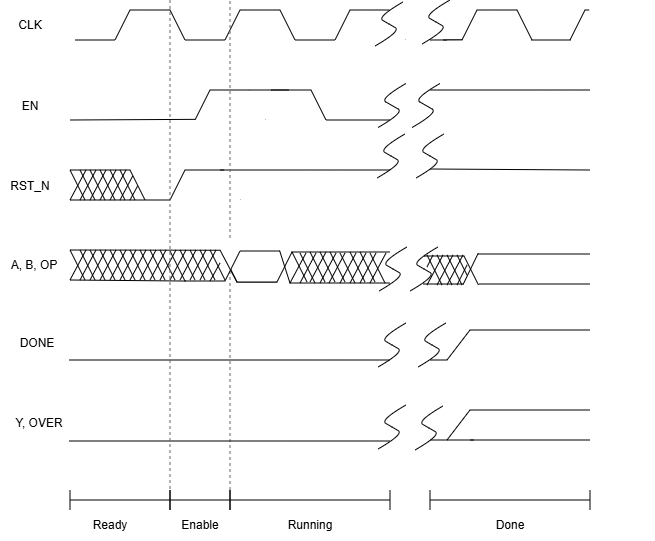
The draw.io diagram Documentation/Diagrams/timing_diagram.png in MF-ECE2028/Project-ALU, before a commit. Source tidied: cells renumbered, new cells last; positions are measured from the earlier drawing's top-left corner, leaving out a move shared by most shapes.
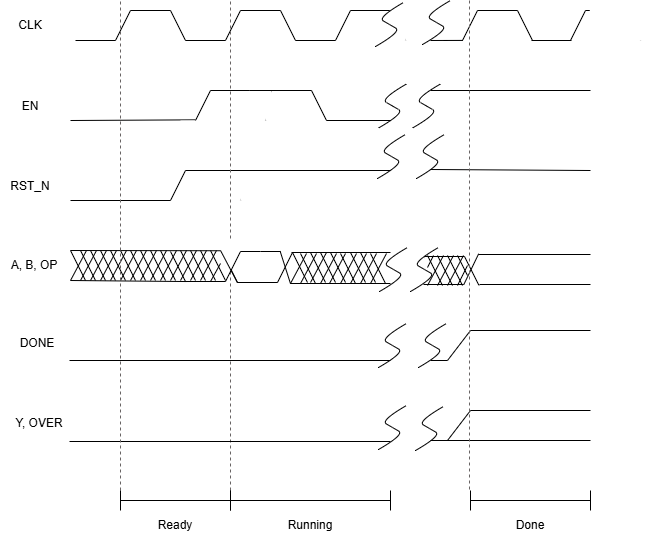
Later version of the same file.

Commit message:
fix ready labling and rst_n ready behavior

Diff of the diagram source:
```diff
@@ -151,100 +151,6 @@
     <mxCell id="34" style="rounded=0;whiteSpace=wrap;html=1;strokeColor=none;rotation=-360;" parent="31" vertex="1">
       <mxGeometry x="10" width="20" height="50" as="geometry" />
     </mxCell>
-    <mxCell id="35" style="group;" parent="1" vertex="1">
-      <mxGeometry x="60" y="162" width="100" height="51" as="geometry" />
-    </mxCell>
-    <mxCell id="36" style="shape=trapezoid;perimeter=trapezoidPerimeter;whiteSpace=wrap;html=1;fixedSize=1;rotation=-360;" parent="35" vertex="1">
-      <mxGeometry x="10" y="10" width="80" height="40" as="geometry" />
-    </mxCell>
-    <mxCell id="37" style="rounded=0;whiteSpace=wrap;html=1;strokeColor=none;rotation=-360;" parent="35" vertex="1">
-      <mxGeometry y="40" width="100" height="11" as="geometry" />
-    </mxCell>
-    <mxCell id="38" style="rounded=0;whiteSpace=wrap;html=1;strokeColor=none;rotation=-360;" parent="35" vertex="1">
-      <mxGeometry x="10" width="20" height="50" as="geometry" />
-    </mxCell>
-    <mxCell id="39" style="endArrow=none;html=1;rounded=0;" parent="35" edge="1">
-      <mxGeometry relative="1" as="geometry">
-        <mxPoint x="10" y="10" as="sourcePoint" />
-        <mxPoint x="30" y="10" as="targetPoint" />
-      </mxGeometry>
-    </mxCell>
-    <mxCell id="40" style="endArrow=none;html=1;rounded=0;" parent="35" edge="1">
-      <mxGeometry relative="1" as="geometry">
-        <mxPoint x="10" y="40" as="sourcePoint" />
-        <mxPoint x="26" y="10" as="targetPoint" />
-      </mxGeometry>
-    </mxCell>
-    <mxCell id="41" style="endArrow=none;html=1;rounded=0;" parent="35" edge="1">
-      <mxGeometry relative="1" as="geometry">
-        <mxPoint x="20" y="40" as="sourcePoint" />
-        <mxPoint x="36" y="10" as="targetPoint" />
-      </mxGeometry>
-    </mxCell>
-    <mxCell id="42" style="endArrow=none;html=1;rounded=0;" parent="35" edge="1">
-      <mxGeometry relative="1" as="geometry">
-        <mxPoint x="30" y="40" as="sourcePoint" />
-        <mxPoint x="46" y="10" as="targetPoint" />
-      </mxGeometry>
-    </mxCell>
-    <mxCell id="43" style="endArrow=none;html=1;rounded=0;" parent="35" edge="1">
-      <mxGeometry relative="1" as="geometry">
-        <mxPoint x="40" y="40" as="sourcePoint" />
-        <mxPoint x="56" y="10" as="targetPoint" />
-      </mxGeometry>
-    </mxCell>
-    <mxCell id="44" style="endArrow=none;html=1;rounded=0;" parent="35" edge="1">
-      <mxGeometry relative="1" as="geometry">
-        <mxPoint x="50" y="40" as="sourcePoint" />
-        <mxPoint x="66" y="10" as="targetPoint" />
-      </mxGeometry>
-    </mxCell>
-    <mxCell id="45" style="endArrow=none;html=1;rounded=0;entryX=0.784;entryY=0.149;entryDx=0;entryDy=0;entryPerimeter=0;" parent="35" edge="1" target="36">
-      <mxGeometry relative="1" as="geometry">
-        <mxPoint x="60" y="40" as="sourcePoint" />
-      </mxGeometry>
-    </mxCell>
-    <mxCell id="46" style="endArrow=none;html=1;rounded=0;entryX=0.847;entryY=0.393;entryDx=0;entryDy=0;entryPerimeter=0;" parent="35" edge="1" target="36">
-      <mxGeometry relative="1" as="geometry">
-        <mxPoint x="70" y="40" as="sourcePoint" />
-      </mxGeometry>
-    </mxCell>
-    <mxCell id="47" style="endArrow=none;html=1;rounded=0;" parent="35" edge="1">
-      <mxGeometry relative="1" as="geometry">
-        <mxPoint x="10" y="10" as="sourcePoint" />
-        <mxPoint x="25" y="40" as="targetPoint" />
-      </mxGeometry>
-    </mxCell>
-    <mxCell id="48" style="endArrow=none;html=1;rounded=0;" parent="35" edge="1">
-      <mxGeometry relative="1" as="geometry">
-        <mxPoint x="20" y="10" as="sourcePoint" />
-        <mxPoint x="35" y="40" as="targetPoint" />
-      </mxGeometry>
-    </mxCell>
-    <mxCell id="49" style="endArrow=none;html=1;rounded=0;" parent="35" edge="1">
-      <mxGeometry relative="1" as="geometry">
-        <mxPoint x="30" y="10" as="sourcePoint" />
-        <mxPoint x="45" y="40" as="targetPoint" />
-      </mxGeometry>
-    </mxCell>
-    <mxCell id="50" style="endArrow=none;html=1;rounded=0;" parent="35" edge="1">
-      <mxGeometry relative="1" as="geometry">
-        <mxPoint x="40" y="10" as="sourcePoint" />
-        <mxPoint x="55" y="40" as="targetPoint" />
-      </mxGeometry>
-    </mxCell>
-    <mxCell id="51" style="endArrow=none;html=1;rounded=0;" parent="35" edge="1">
-      <mxGeometry relative="1" as="geometry">
-        <mxPoint x="50" y="10" as="sourcePoint" />
-        <mxPoint x="65" y="40" as="targetPoint" />
-      </mxGeometry>
-    </mxCell>
-    <mxCell id="52" style="endArrow=none;html=1;rounded=0;" parent="35" edge="1">
-      <mxGeometry relative="1" as="geometry">
-        <mxPoint x="60" y="10" as="sourcePoint" />
-        <mxPoint x="75" y="40" as="targetPoint" />
-      </mxGeometry>
-    </mxCell>
     <mxCell id="53" style="group;rotation=-180;" parent="1" vertex="1">
       <mxGeometry x="155" y="172" width="100" height="41" as="geometry" />
     </mxCell>
@@ -849,8 +755,8 @@
     </mxCell>
     <mxCell id="179" style="endArrow=none;dashed=1;html=1;rounded=0;strokeColor=light-dark(#686464, #ededed);" parent="1" edge="1">
       <mxGeometry relative="1" as="geometry">
-        <mxPoint x="170" y="491" as="sourcePoint" />
-        <mxPoint x="170" y="2" as="targetPoint" />
+        <mxPoint x="120" y="492" as="sourcePoint" />
+        <mxPoint x="120" y="3" as="targetPoint" />
       </mxGeometry>
     </mxCell>
     <mxCell id="180" style="endArrow=none;html=1;rounded=0;" parent="1" edge="1">
@@ -912,29 +818,29 @@
         <mxPoint x="430" y="42" as="sourcePoint" />
       </mxGeometry>
     </mxCell>
-    <mxCell id="190" style="shape=crossbar;whiteSpace=wrap;html=1;rounded=1;" parent="1" vertex="1">
-      <mxGeometry x="70" y="492" width="100" height="20" as="geometry" />
-    </mxCell>
     <mxCell id="191" style="shape=crossbar;whiteSpace=wrap;html=1;rounded=1;" parent="1" vertex="1">
-      <mxGeometry x="170" y="492" width="60" height="20" as="geometry" />
+      <mxGeometry x="120" y="492" width="110" height="20" as="geometry" />
     </mxCell>
     <mxCell id="192" style="shape=crossbar;whiteSpace=wrap;html=1;rounded=1;" parent="1" vertex="1">
       <mxGeometry x="230" y="492" width="160" height="20" as="geometry" />
     </mxCell>
     <mxCell id="193" style="shape=crossbar;whiteSpace=wrap;html=1;rounded=1;" parent="1" vertex="1">
-      <mxGeometry x="430" y="492" width="160" height="20" as="geometry" />
+      <mxGeometry x="470" y="492" width="120" height="20" as="geometry" />
     </mxCell>
     <mxCell id="194" value="Ready" style="text;html=1;whiteSpace=wrap;strokeColor=none;fillColor=none;align=center;verticalAlign=middle;rounded=0;" parent="1" vertex="1">
-      <mxGeometry x="80" y="512" width="60" height="30" as="geometry" />
+      <mxGeometry x="145" y="512" width="60" height="30" as="geometry" />
     </mxCell>
-    <mxCell id="195" value="Enable" style="text;html=1;whiteSpace=wrap;strokeColor=none;fillColor=none;align=center;verticalAlign=middle;rounded=0;" parent="1" vertex="1">
-      <mxGeometry x="170" y="512" width="60" height="30" as="geometry" />
-    </mxCell>
     <mxCell id="196" value="Running" style="text;html=1;whiteSpace=wrap;strokeColor=none;fillColor=none;align=center;verticalAlign=middle;rounded=0;" parent="1" vertex="1">
       <mxGeometry x="275" y="512" width="70" height="30" as="geometry" />
     </mxCell>
     <mxCell id="197" value="Done" style="text;html=1;whiteSpace=wrap;strokeColor=none;fillColor=none;align=center;verticalAlign=middle;rounded=0;" parent="1" vertex="1">
-      <mxGeometry x="485" y="512" width="50" height="30" as="geometry" />
+      <mxGeometry x="505" y="512" width="50" height="30" as="geometry" />
     </mxCell>
+    <mxCell id="198" style="endArrow=none;dashed=1;html=1;rounded=0;strokeColor=light-dark(#686464, #ededed);" parent="1" edge="1">
+      <mxGeometry relative="1" as="geometry">
+        <mxPoint x="469" y="491" as="sourcePoint" />
+        <mxPoint x="469" y="2" as="targetPoint" />
+      </mxGeometry>
+    </mxCell>
   </root>
 </mxGraphModel>
```
